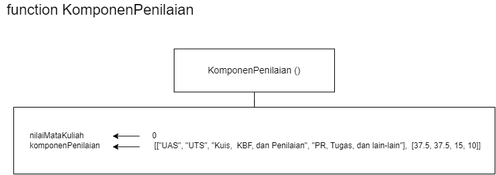
Before: Flowchart/KomponenPenilaian.png, a diagram exported from draw.io (Julian-Caleb/tubes-pengkom). Source tidied: cells renumbered, new cells last; positions are measured from the earlier drawing's top-left corner, leaving out a move shared by most shapes. The source it was exported from:
```xml
<mxGraphModel>
  <root>
    <mxCell id="0" />
    <mxCell id="1" parent="0" />
    <mxCell id="2" style="edgeStyle=orthogonalEdgeStyle;rounded=0;jettySize=auto;html=1;" parent="1" edge="1" source="3">
      <mxGeometry relative="1" as="geometry">
        <mxPoint x="380" y="170" as="targetPoint" />
      </mxGeometry>
    </mxCell>
    <mxCell id="3" value="&lt;font style=&quot;font-size: 14px;&quot;&gt;KomponenPenilaian ()&lt;/font&gt;" style="rounded=0;whiteSpace=wrap;html=1;" parent="1" vertex="1">
      <mxGeometry x="260" y="72.7" width="240" height="64.6" as="geometry" />
    </mxCell>
    <mxCell id="4" value="&lt;font style=&quot;font-size: 22px;&quot;&gt;function KomponenPenilaian&lt;/font&gt;" style="text;html=1;strokeColor=none;fillColor=none;align=center;verticalAlign=middle;whiteSpace=wrap;rounded=0;" parent="1" vertex="1">
      <mxGeometry width="300" height="30" as="geometry" />
    </mxCell>
    <mxCell id="5" value="&lt;div style=&quot;&quot;&gt;&lt;div style=&quot;text-align: left;&quot;&gt;&amp;nbsp;nilaiMataKuliah&amp;nbsp;&lt;span style=&quot;white-space: pre;&quot;&gt;&#9;&lt;/span&gt;&lt;span style=&quot;white-space: pre;&quot;&gt;&#9;&lt;/span&gt;&lt;span style=&quot;white-space: pre;&quot;&gt;&#9;&lt;span style=&quot;white-space: pre;&quot;&gt;&#9;&lt;/span&gt;&lt;/span&gt;0&lt;/div&gt;&lt;div&gt;&amp;nbsp;komponenPenilaian &lt;span style=&quot;white-space: pre;&quot;&gt;&#9;&lt;/span&gt;&lt;span style=&quot;white-space: pre;&quot;&gt;&#9;&lt;/span&gt;&lt;span style=&quot;&quot;&gt;&#9;&lt;span style=&quot;white-space: pre;&quot;&gt;&#9;&lt;/span&gt;&#9;&lt;/span&gt;[[&quot;UAS&quot;, &quot;UTS&quot;, &quot;Kuis,&amp;nbsp; KBF, dan Penilaian&quot;, &quot;PR, Tugas, dan lain-lain&quot;],&amp;nbsp; &lt;span style=&quot;&quot;&gt;&#9;&#9;&#9;&#9;&#9;&#9;&lt;/span&gt;[37.5, 37.5, 15, 10]]&lt;/div&gt;&lt;/div&gt;" style="shape=rectangle;perimeter=parallelogramPerimeter;whiteSpace=wrap;html=1;fixedSize=1;rounded=0;align=center;" parent="1" vertex="1">
      <mxGeometry x="20" y="160" width="720" height="100" as="geometry" />
    </mxCell>
    <mxCell id="6" style="endArrow=classic;html=1;rounded=0;" parent="1" edge="1">
      <mxGeometry relative="1" as="geometry">
        <mxPoint x="208" y="203.3" as="sourcePoint" />
        <mxPoint x="168" y="203.3" as="targetPoint" />
      </mxGeometry>
    </mxCell>
    <mxCell id="7" style="endArrow=classic;html=1;rounded=0;" parent="1" edge="1">
      <mxGeometry relative="1" as="geometry">
        <mxPoint x="208" y="219.3" as="sourcePoint" />
        <mxPoint x="168" y="219.3" as="targetPoint" />
      </mxGeometry>
    </mxCell>
  </root>
</mxGraphModel>
```
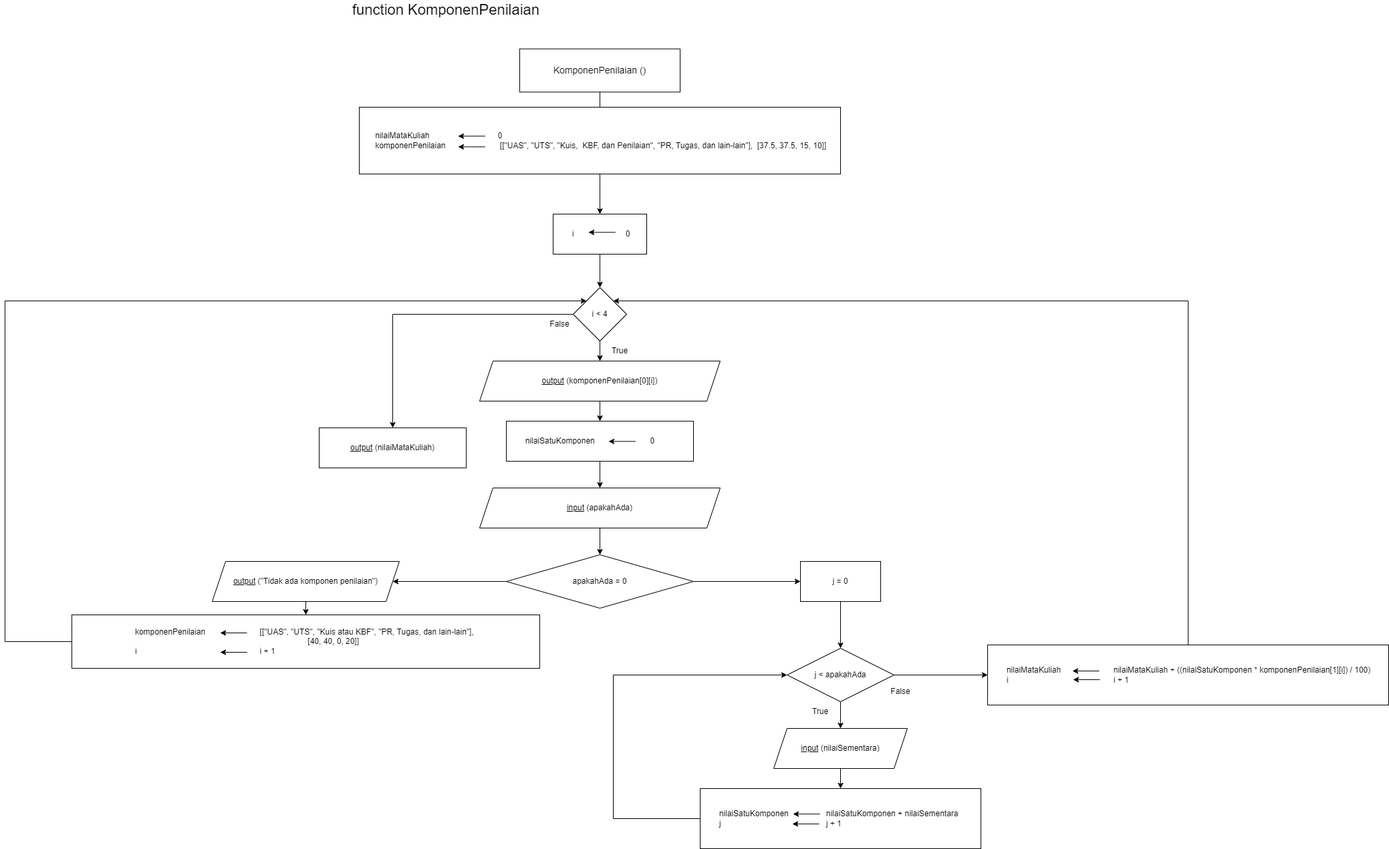
After the commit.

Change to the diagram source:
```diff
@@ -13,6 +13,9 @@
     <mxCell id="4" value="&lt;font style=&quot;font-size: 22px;&quot;&gt;function KomponenPenilaian&lt;/font&gt;" style="text;html=1;strokeColor=none;fillColor=none;align=center;verticalAlign=middle;whiteSpace=wrap;rounded=0;" parent="1" vertex="1">
       <mxGeometry width="300" height="30" as="geometry" />
     </mxCell>
+    <mxCell id="8" style="edgeStyle=orthogonalEdgeStyle;rounded=0;jettySize=auto;html=1;" parent="1" edge="1" source="5" target="10">
+      <mxGeometry relative="1" as="geometry" />
+    </mxCell>
     <mxCell id="5" value="&lt;div style=&quot;&quot;&gt;&lt;div style=&quot;text-align: left;&quot;&gt;&amp;nbsp;nilaiMataKuliah&amp;nbsp;&lt;span style=&quot;white-space: pre;&quot;&gt;&#9;&lt;/span&gt;&lt;span style=&quot;white-space: pre;&quot;&gt;&#9;&lt;/span&gt;&lt;span style=&quot;white-space: pre;&quot;&gt;&#9;&lt;span style=&quot;white-space: pre;&quot;&gt;&#9;&lt;/span&gt;&lt;/span&gt;0&lt;/div&gt;&lt;div&gt;&amp;nbsp;komponenPenilaian &lt;span style=&quot;white-space: pre;&quot;&gt;&#9;&lt;/span&gt;&lt;span style=&quot;white-space: pre;&quot;&gt;&#9;&lt;/span&gt;&lt;span style=&quot;&quot;&gt;&#9;&lt;span style=&quot;white-space: pre;&quot;&gt;&#9;&lt;/span&gt;&#9;&lt;/span&gt;[[&quot;UAS&quot;, &quot;UTS&quot;, &quot;Kuis,&amp;nbsp; KBF, dan Penilaian&quot;, &quot;PR, Tugas, dan lain-lain&quot;],&amp;nbsp; &lt;span style=&quot;&quot;&gt;&#9;&#9;&#9;&#9;&#9;&#9;&lt;/span&gt;[37.5, 37.5, 15, 10]]&lt;/div&gt;&lt;/div&gt;" style="shape=rectangle;perimeter=parallelogramPerimeter;whiteSpace=wrap;html=1;fixedSize=1;rounded=0;align=center;" parent="1" vertex="1">
       <mxGeometry x="20" y="160" width="720" height="100" as="geometry" />
     </mxCell>
@@ -28,5 +31,171 @@
         <mxPoint x="168" y="219.3" as="targetPoint" />
       </mxGeometry>
     </mxCell>
+    <mxCell id="9" style="edgeStyle=orthogonalEdgeStyle;rounded=0;jettySize=auto;html=1;entryX=0.5;entryY=0;entryDx=0;entryDy=0;" parent="1" edge="1" source="10" target="19">
+      <mxGeometry relative="1" as="geometry" />
+    </mxCell>
+    <mxCell id="10" value="&lt;span style=&quot;white-space: pre;&quot;&gt;&#9;&lt;/span&gt;i&lt;span style=&quot;white-space: pre;&quot;&gt;&#9;&lt;/span&gt;&lt;span style=&quot;white-space: pre;&quot;&gt;&#9;&lt;/span&gt;&lt;span style=&quot;white-space: pre;&quot;&gt;&#9;&lt;/span&gt;0" style="whiteSpace=wrap;html=1;rounded=0;align=left;" parent="1" vertex="1">
+      <mxGeometry x="310" y="320" width="140" height="60" as="geometry" />
+    </mxCell>
+    <mxCell id="11" style="endArrow=classic;html=1;rounded=0;" parent="1" edge="1">
+      <mxGeometry relative="1" as="geometry">
+        <mxPoint x="403" y="347.3" as="sourcePoint" />
+        <mxPoint x="363" y="347.3" as="targetPoint" />
+      </mxGeometry>
+    </mxCell>
+    <mxCell id="12" style="edgeStyle=orthogonalEdgeStyle;rounded=0;jettySize=auto;html=1;" parent="1" edge="1" source="13" target="15">
+      <mxGeometry relative="1" as="geometry" />
+    </mxCell>
+    <mxCell id="13" value="&lt;u&gt;output&lt;/u&gt; (komponenPenilaian[0][i])" style="shape=parallelogram;perimeter=parallelogramPerimeter;whiteSpace=wrap;html=1;fixedSize=1;align=center;rounded=0;" parent="1" vertex="1">
+      <mxGeometry x="200" y="540" width="360" height="60" as="geometry" />
+    </mxCell>
+    <mxCell id="14" style="edgeStyle=orthogonalEdgeStyle;rounded=0;jettySize=auto;html=1;" parent="1" edge="1" source="15" target="24">
+      <mxGeometry relative="1" as="geometry" />
+    </mxCell>
+    <mxCell id="15" value="&lt;span style=&quot;white-space: pre;&quot;&gt;&#9;&lt;/span&gt;nilaiSatuKomponen&lt;span style=&quot;white-space: pre;&quot;&gt;&#9;&lt;/span&gt;&lt;span style=&quot;white-space: pre;&quot;&gt;&#9;&lt;/span&gt;&lt;span style=&quot;white-space: pre;&quot;&gt;&#9;&lt;/span&gt;&lt;span style=&quot;white-space: pre;&quot;&gt;&#9;&lt;/span&gt;0" style="whiteSpace=wrap;html=1;rounded=0;align=left;" parent="1" vertex="1">
+      <mxGeometry x="240" y="630" width="280" height="60" as="geometry" />
+    </mxCell>
+    <mxCell id="16" style="endArrow=classic;html=1;rounded=0;" parent="1" edge="1">
+      <mxGeometry relative="1" as="geometry">
+        <mxPoint x="433" y="660.3" as="sourcePoint" />
+        <mxPoint x="393" y="660.3" as="targetPoint" />
+      </mxGeometry>
+    </mxCell>
+    <mxCell id="17" style="edgeStyle=orthogonalEdgeStyle;rounded=0;jettySize=auto;html=1;" parent="1" edge="1" source="19">
+      <mxGeometry relative="1" as="geometry">
+        <mxPoint x="380" y="540" as="targetPoint" />
+      </mxGeometry>
+    </mxCell>
+    <mxCell id="18" style="edgeStyle=orthogonalEdgeStyle;rounded=0;jettySize=auto;html=1;" parent="1" edge="1" source="19" target="21">
+      <mxGeometry relative="1" as="geometry" />
+    </mxCell>
+    <mxCell id="19" value="i &amp;lt; 4" style="rhombus;whiteSpace=wrap;html=1;" parent="1" vertex="1">
+      <mxGeometry x="340" y="430" width="80" height="80" as="geometry" />
+    </mxCell>
+    <mxCell id="20" value="True" style="text;html=1;strokeColor=none;fillColor=none;align=center;verticalAlign=middle;whiteSpace=wrap;rounded=0;" parent="1" vertex="1">
+      <mxGeometry x="380" y="510" width="60" height="30" as="geometry" />
+    </mxCell>
+    <mxCell id="21" value="&lt;u&gt;output&lt;/u&gt;&amp;nbsp;(nilaiMataKuliah)" style="shape=rectangle;perimeter=parallelogramPerimeter;whiteSpace=wrap;html=1;fixedSize=1;" parent="1" vertex="1">
+      <mxGeometry x="-40" y="640" width="220" height="60" as="geometry" />
+    </mxCell>
+    <mxCell id="22" value="False" style="text;html=1;strokeColor=none;fillColor=none;align=center;verticalAlign=middle;whiteSpace=wrap;rounded=0;" parent="1" vertex="1">
+      <mxGeometry x="290" y="470" width="60" height="30" as="geometry" />
+    </mxCell>
+    <mxCell id="23" style="edgeStyle=orthogonalEdgeStyle;rounded=0;jettySize=auto;html=1;" parent="1" edge="1" source="24" target="27">
+      <mxGeometry relative="1" as="geometry" />
+    </mxCell>
+    <mxCell id="24" value="&lt;u&gt;input&lt;/u&gt;&amp;nbsp;(apakahAda)" style="shape=parallelogram;perimeter=parallelogramPerimeter;whiteSpace=wrap;html=1;fixedSize=1;align=center;rounded=0;" parent="1" vertex="1">
+      <mxGeometry x="200" y="730" width="360" height="60" as="geometry" />
+    </mxCell>
+    <mxCell id="25" style="edgeStyle=orthogonalEdgeStyle;rounded=0;jettySize=auto;html=1;" parent="1" edge="1" source="27" target="29">
+      <mxGeometry relative="1" as="geometry" />
+    </mxCell>
+    <mxCell id="26" style="edgeStyle=orthogonalEdgeStyle;rounded=0;jettySize=auto;html=1;" parent="1" edge="1" source="27" target="35">
+      <mxGeometry relative="1" as="geometry" />
+    </mxCell>
+    <mxCell id="27" value="apakahAda = 0" style="rhombus;whiteSpace=wrap;html=1;rounded=0;" parent="1" vertex="1">
+      <mxGeometry x="240" y="830" width="280" height="80" as="geometry" />
+    </mxCell>
+    <mxCell id="28" style="edgeStyle=orthogonalEdgeStyle;rounded=0;jettySize=auto;html=1;" parent="1" edge="1" source="29" target="31">
+      <mxGeometry relative="1" as="geometry" />
+    </mxCell>
+    <mxCell id="29" value="&lt;u&gt;output&lt;/u&gt;&amp;nbsp;(&quot;Tidak ada komponen penilaian&quot;)" style="shape=parallelogram;perimeter=parallelogramPerimeter;whiteSpace=wrap;html=1;fixedSize=1;rounded=0;" parent="1" vertex="1">
+      <mxGeometry x="-200" y="840" width="280" height="60" as="geometry" />
+    </mxCell>
+    <mxCell id="30" style="edgeStyle=orthogonalEdgeStyle;rounded=0;jettySize=auto;html=1;entryX=0;entryY=0;entryDx=0;entryDy=0;" parent="1" edge="1" source="31" target="19">
+      <mxGeometry relative="1" as="geometry">
+        <Array as="points">
+          <mxPoint x="-510" y="960" />
+          <mxPoint x="-510" y="450" />
+        </Array>
+      </mxGeometry>
+    </mxCell>
+    <mxCell id="31" value="komponenPenilaian&amp;nbsp;&lt;span style=&quot;white-space: pre;&quot;&gt;&#9;&lt;/span&gt;&lt;span style=&quot;white-space: pre;&quot;&gt;&#9;&lt;span style=&quot;white-space: pre;&quot;&gt;&#9;&lt;/span&gt;&lt;/span&gt;&lt;span style=&quot;background-color: initial;&quot;&gt;[[&quot;UAS&quot;, &quot;UTS&quot;, &quot;Kuis atau KBF&quot;, &quot;PR, Tugas, dan lain-lain&quot;],&amp;nbsp;&lt;/span&gt;&lt;div&gt;&amp;nbsp; &amp;nbsp; &amp;nbsp; &amp;nbsp; &amp;nbsp; &amp;nbsp; &amp;nbsp; &amp;nbsp; &amp;nbsp; &amp;nbsp; &amp;nbsp; &amp;nbsp; &amp;nbsp;[40, 40, 0, 20]]&lt;/div&gt;&lt;div style=&quot;text-align: left;&quot;&gt;i&lt;span style=&quot;white-space: pre;&quot;&gt;&#9;&lt;/span&gt;&lt;span style=&quot;white-space: pre;&quot;&gt;&#9;&lt;/span&gt;&lt;span style=&quot;white-space: pre;&quot;&gt;&#9;&lt;span style=&quot;white-space: pre;&quot;&gt;&#9;&lt;/span&gt;&lt;/span&gt;&lt;span style=&quot;white-space: pre;&quot;&gt;&#9;&lt;/span&gt;&lt;span style=&quot;white-space: pre;&quot;&gt;&#9;&lt;/span&gt;&lt;span style=&quot;white-space: pre;&quot;&gt;&#9;&lt;/span&gt;i + 1&lt;/div&gt;" style="whiteSpace=wrap;html=1;rounded=0;" parent="1" vertex="1">
+      <mxGeometry x="-410" y="920" width="700" height="80" as="geometry" />
+    </mxCell>
+    <mxCell id="32" style="endArrow=classic;html=1;rounded=0;" parent="1" edge="1">
+      <mxGeometry relative="1" as="geometry">
+        <mxPoint x="-148" y="947" as="sourcePoint" />
+        <mxPoint x="-188" y="947" as="targetPoint" />
+      </mxGeometry>
+    </mxCell>
+    <mxCell id="33" style="endArrow=classic;html=1;rounded=0;" parent="1" edge="1">
+      <mxGeometry relative="1" as="geometry">
+        <mxPoint x="-148" y="976" as="sourcePoint" />
+        <mxPoint x="-188" y="976" as="targetPoint" />
+      </mxGeometry>
+    </mxCell>
+    <mxCell id="34" style="edgeStyle=orthogonalEdgeStyle;rounded=0;jettySize=auto;html=1;" parent="1" edge="1" source="35" target="38">
+      <mxGeometry relative="1" as="geometry" />
+    </mxCell>
+    <mxCell id="35" value="j = 0" style="whiteSpace=wrap;html=1;rounded=0;" parent="1" vertex="1">
+      <mxGeometry x="680" y="840" width="120" height="60" as="geometry" />
+    </mxCell>
+    <mxCell id="36" style="edgeStyle=orthogonalEdgeStyle;rounded=0;jettySize=auto;html=1;" parent="1" edge="1" source="38" target="40">
+      <mxGeometry relative="1" as="geometry" />
+    </mxCell>
+    <mxCell id="37" style="edgeStyle=orthogonalEdgeStyle;rounded=0;jettySize=auto;html=1;entryX=0;entryY=0.5;entryDx=0;entryDy=0;" parent="1" edge="1" source="38" target="45">
+      <mxGeometry relative="1" as="geometry" />
+    </mxCell>
+    <mxCell id="38" value="j &amp;lt; apakahAda" style="rhombus;whiteSpace=wrap;html=1;rounded=0;" parent="1" vertex="1">
+      <mxGeometry x="660" y="970" width="160" height="80" as="geometry" />
+    </mxCell>
+    <mxCell id="39" style="edgeStyle=orthogonalEdgeStyle;rounded=0;jettySize=auto;html=1;" parent="1" edge="1" source="40" target="42">
+      <mxGeometry relative="1" as="geometry" />
+    </mxCell>
+    <mxCell id="40" value="&lt;u&gt;input&lt;/u&gt;&amp;nbsp;(nilaiSementara)" style="shape=parallelogram;perimeter=parallelogramPerimeter;whiteSpace=wrap;html=1;fixedSize=1;rounded=0;" parent="1" vertex="1">
+      <mxGeometry x="640" y="1090" width="200" height="60" as="geometry" />
+    </mxCell>
+    <mxCell id="41" style="edgeStyle=orthogonalEdgeStyle;rounded=0;jettySize=auto;html=1;entryX=0;entryY=0.5;entryDx=0;entryDy=0;exitX=0;exitY=0.5;exitDx=0;exitDy=0;" parent="1" edge="1" source="42" target="38">
+      <mxGeometry relative="1" as="geometry">
+        <Array as="points">
+          <mxPoint x="400" y="1225" />
+          <mxPoint x="400" y="1010" />
+        </Array>
+      </mxGeometry>
+    </mxCell>
+    <mxCell id="42" value="&lt;span style=&quot;white-space: pre;&quot;&gt;&#9;&lt;/span&gt;nilaiSatuKomponen&lt;span style=&quot;white-space: pre;&quot;&gt;&#9;&lt;/span&gt;&lt;span style=&quot;white-space: pre;&quot;&gt;&#9;&lt;/span&gt;&lt;span style=&quot;white-space: pre;&quot;&gt;&#9;&lt;/span&gt;nilaiSatuKomponen + nilaiSementara&lt;br&gt;&lt;span style=&quot;background-color: initial;&quot;&gt;&lt;span style=&quot;white-space: pre;&quot;&gt;&#9;&lt;/span&gt;j&lt;span style=&quot;white-space: pre;&quot;&gt;&#9;&lt;/span&gt;&lt;span style=&quot;white-space: pre;&quot;&gt;&#9;&lt;/span&gt;&lt;span style=&quot;white-space: pre;&quot;&gt;&#9;&lt;/span&gt;&lt;span style=&quot;white-space: pre;&quot;&gt;&#9;&lt;/span&gt;&lt;span style=&quot;white-space: pre;&quot;&gt;&#9;&lt;/span&gt;&lt;span style=&quot;white-space: pre;&quot;&gt;&#9;&lt;/span&gt;j + 1&lt;br&gt;&lt;/span&gt;" style="whiteSpace=wrap;html=1;rounded=0;align=left;" parent="1" vertex="1">
+      <mxGeometry x="530" y="1180" width="420" height="90" as="geometry" />
+    </mxCell>
+    <mxCell id="43" value="True" style="text;html=1;strokeColor=none;fillColor=none;align=center;verticalAlign=middle;whiteSpace=wrap;rounded=0;" parent="1" vertex="1">
+      <mxGeometry x="680" y="1050" width="60" height="30" as="geometry" />
+    </mxCell>
+    <mxCell id="44" style="edgeStyle=orthogonalEdgeStyle;rounded=0;jettySize=auto;html=1;entryX=1;entryY=0;entryDx=0;entryDy=0;" parent="1" edge="1" source="45" target="19">
+      <mxGeometry relative="1" as="geometry">
+        <Array as="points">
+          <mxPoint x="1260" y="450" />
+        </Array>
+      </mxGeometry>
+    </mxCell>
+    <mxCell id="45" value="&lt;span style=&quot;background-color: initial;&quot;&gt;&lt;span style=&quot;white-space: pre;&quot;&gt;&#9;&lt;/span&gt;nilaiMataKuliah&lt;span style=&quot;white-space: pre;&quot;&gt;&#9;&lt;/span&gt;&lt;span style=&quot;white-space: pre;&quot;&gt;&#9;&lt;/span&gt;&lt;span style=&quot;white-space: pre;&quot;&gt;&#9;&lt;/span&gt;nilaiMataKuliah + ((nilaiSatuKomponen * komponenPenilaian[1][i]) / 100)&lt;br&gt;&lt;span style=&quot;white-space: pre;&quot;&gt;&#9;&lt;/span&gt;i&lt;span style=&quot;white-space: pre;&quot;&gt;&#9;&lt;/span&gt;&lt;span style=&quot;white-space: pre;&quot;&gt;&#9;&lt;/span&gt;&lt;span style=&quot;white-space: pre;&quot;&gt;&#9;&lt;/span&gt;&lt;span style=&quot;white-space: pre;&quot;&gt;&#9;&lt;/span&gt;&lt;span style=&quot;white-space: pre;&quot;&gt;&#9;&lt;/span&gt;&lt;span style=&quot;white-space: pre;&quot;&gt;&#9;&lt;/span&gt;i + 1&lt;br&gt;&lt;/span&gt;" style="whiteSpace=wrap;html=1;rounded=0;align=left;" parent="1" vertex="1">
+      <mxGeometry x="960" y="965" width="600" height="90" as="geometry" />
+    </mxCell>
+    <mxCell id="46" style="endArrow=classic;html=1;rounded=0;" parent="1" edge="1">
+      <mxGeometry relative="1" as="geometry">
+        <mxPoint x="708" y="1233" as="sourcePoint" />
+        <mxPoint x="668" y="1233" as="targetPoint" />
+      </mxGeometry>
+    </mxCell>
+    <mxCell id="47" style="endArrow=classic;html=1;rounded=0;" parent="1" edge="1">
+      <mxGeometry relative="1" as="geometry">
+        <mxPoint x="1128" y="1017" as="sourcePoint" />
+        <mxPoint x="1088" y="1017" as="targetPoint" />
+      </mxGeometry>
+    </mxCell>
+    <mxCell id="48" style="endArrow=classic;html=1;rounded=0;" parent="1" edge="1">
+      <mxGeometry relative="1" as="geometry">
+        <mxPoint x="709" y="1218.2" as="sourcePoint" />
+        <mxPoint x="669" y="1218.2" as="targetPoint" />
+      </mxGeometry>
+    </mxCell>
+    <mxCell id="49" value="False" style="text;html=1;strokeColor=none;fillColor=none;align=center;verticalAlign=middle;whiteSpace=wrap;rounded=0;" parent="1" vertex="1">
+      <mxGeometry x="800" y="1020" width="60" height="30" as="geometry" />
+    </mxCell>
+    <mxCell id="50" style="endArrow=classic;html=1;rounded=0;" parent="1" edge="1">
+      <mxGeometry relative="1" as="geometry">
+        <mxPoint x="1127" y="1004" as="sourcePoint" />
+        <mxPoint x="1087" y="1004" as="targetPoint" />
+      </mxGeometry>
+    </mxCell>
   </root>
 </mxGraphModel>
```
